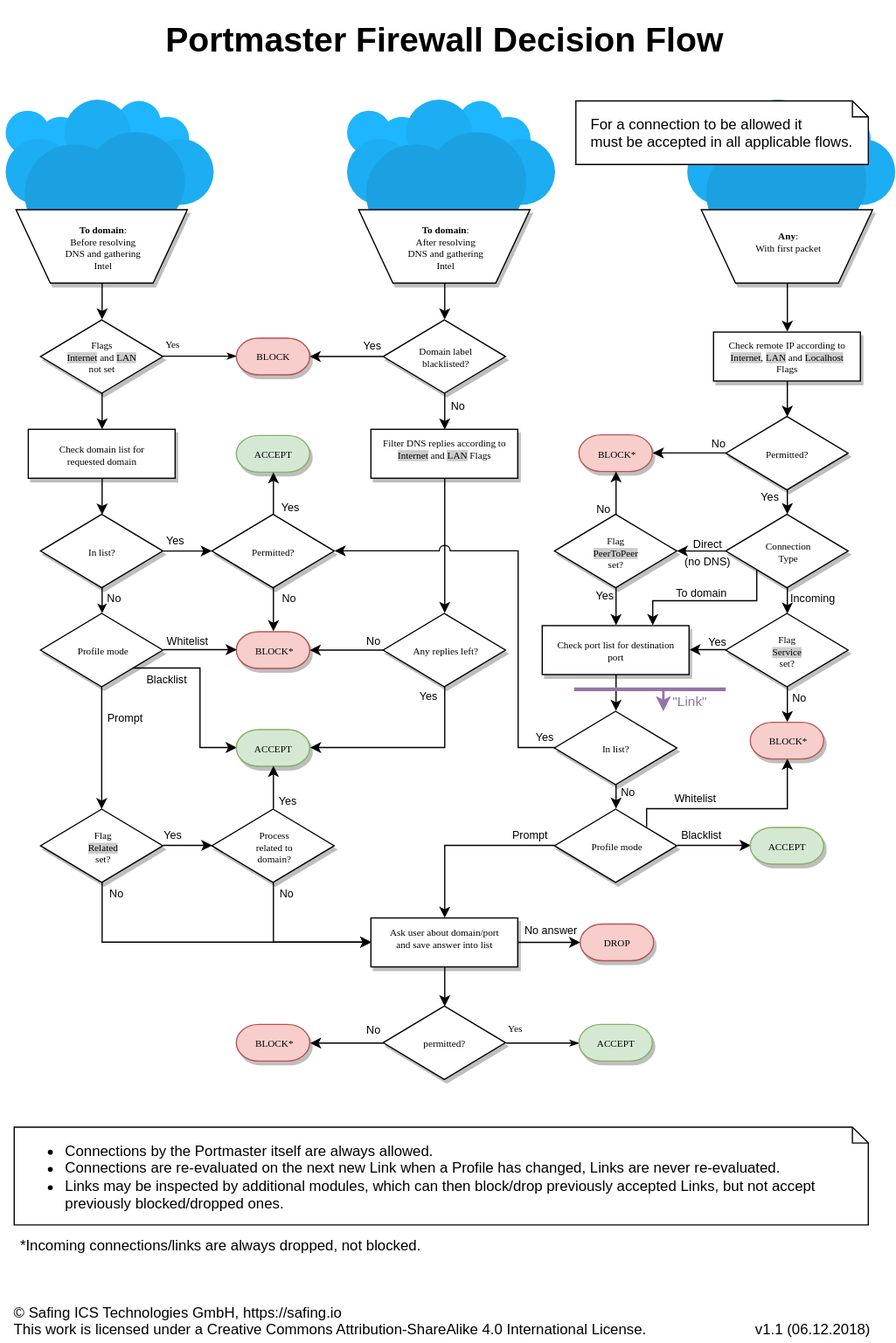
The draw.io diagram assets/diagrams/portmaster_firewall_decision_flow.svg in safing/docs, before a commit. Source tidied: cells renumbered, new cells last; positions are measured from the earlier drawing's top-left corner, leaving out a move shared by most shapes.
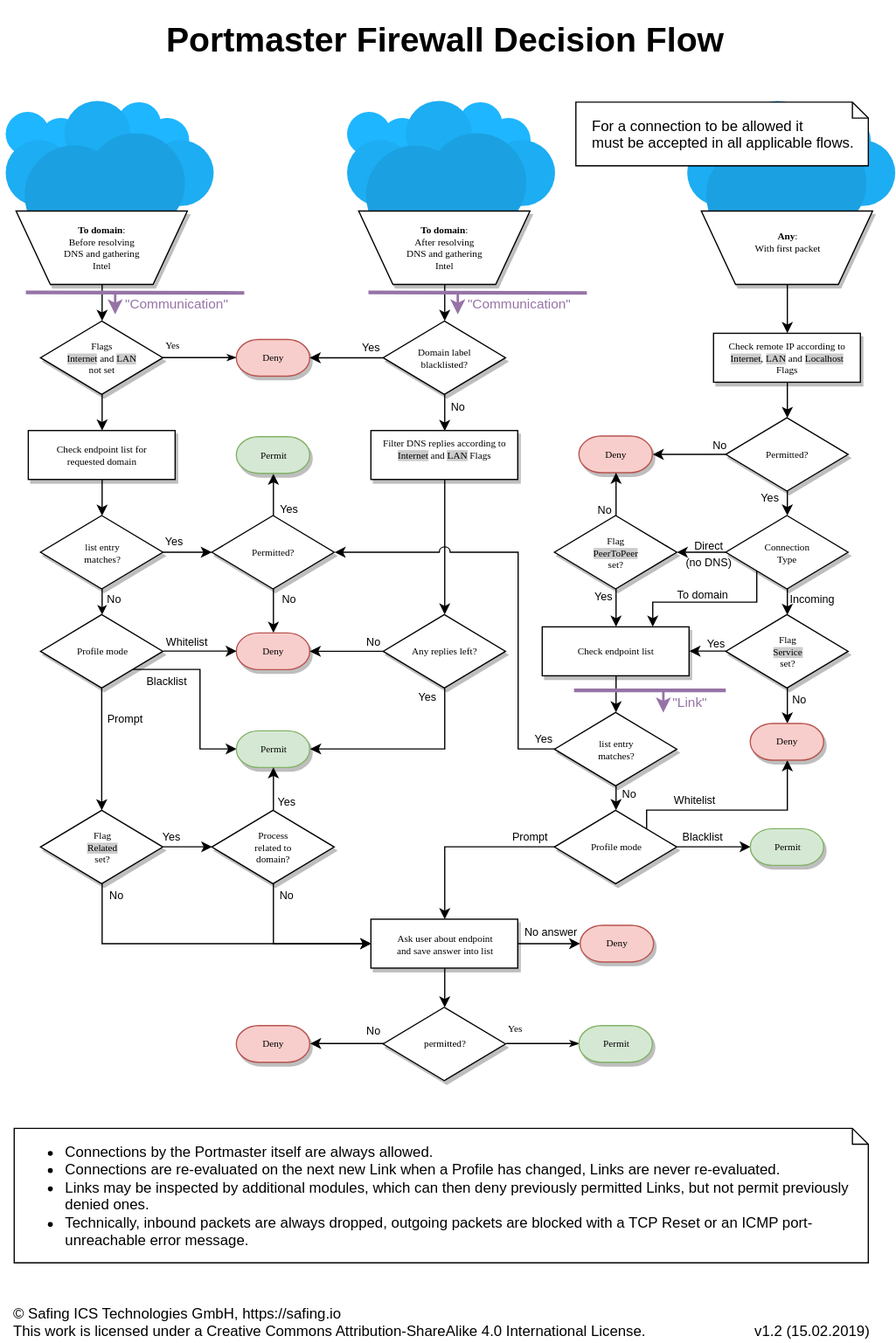
After the commit.

Commit message:
Update PM decission Flowchart (new Wording!)

What changed in the source:
```diff
@@ -97,3 +97,3 @@
     </mxCell>
-    <mxCell id="33" value="BLOCK&lt;br&gt;" style="strokeWidth=1;html=1;shape=mxgraph.flowchart.terminator;whiteSpace=wrap;rounded=0;shadow=1;labelBackgroundColor=none;fillColor=#f8cecc;fontFamily=Verdana;fontSize=8;align=center;strokeColor=#b85450;" parent="1" vertex="1">
+    <mxCell id="33" value="Deny" style="strokeWidth=1;html=1;shape=mxgraph.flowchart.terminator;whiteSpace=wrap;rounded=0;shadow=1;labelBackgroundColor=none;fillColor=#f8cecc;fontFamily=Verdana;fontSize=8;align=center;strokeColor=#b85450;" parent="1" vertex="1">
       <mxGeometry x="192.5" y="265" width="60" height="30" as="geometry" />
@@ -103,3 +103,3 @@
     </mxCell>
-    <mxCell id="35" value="Check domain list for requested&amp;nbsp;domain" style="whiteSpace=wrap;html=1;rounded=0;shadow=1;labelBackgroundColor=none;strokeColor=#000000;strokeWidth=1;fillColor=#ffffff;fontFamily=Verdana;fontSize=8;fontColor=#000000;align=center;spacing=6;" parent="1" vertex="1">
+    <mxCell id="35" value="Check endpoint list for requested&amp;nbsp;domain" style="whiteSpace=wrap;html=1;rounded=0;shadow=1;labelBackgroundColor=none;strokeColor=#000000;strokeWidth=1;fillColor=#ffffff;fontFamily=Verdana;fontSize=8;fontColor=#000000;align=center;spacing=6;" parent="1" vertex="1">
       <mxGeometry x="22.5" y="339.5" width="120" height="40" as="geometry" />
@@ -112,3 +112,3 @@
     </mxCell>
-    <mxCell id="38" value="In list?" style="rhombus;whiteSpace=wrap;html=1;rounded=0;shadow=1;labelBackgroundColor=none;strokeColor=#000000;strokeWidth=1;fillColor=#ffffff;fontFamily=Verdana;fontSize=8;fontColor=#000000;align=center;" parent="1" vertex="1">
+    <mxCell id="38" value="list entry &lt;br&gt;matches?" style="rhombus;whiteSpace=wrap;html=1;rounded=0;shadow=1;labelBackgroundColor=none;strokeColor=#000000;strokeWidth=1;fillColor=#ffffff;fontFamily=Verdana;fontSize=8;fontColor=#000000;align=center;" parent="1" vertex="1">
       <mxGeometry x="32.5" y="409" width="100" height="60" as="geometry" />
@@ -124,3 +124,3 @@
     </mxCell>
-    <mxCell id="42" value="BLOCK*&lt;br&gt;" style="strokeWidth=1;html=1;shape=mxgraph.flowchart.terminator;whiteSpace=wrap;rounded=0;shadow=1;labelBackgroundColor=none;fillColor=#f8cecc;fontFamily=Verdana;fontSize=8;align=center;strokeColor=#b85450;" parent="1" vertex="1">
+    <mxCell id="42" value="Deny" style="strokeWidth=1;html=1;shape=mxgraph.flowchart.terminator;whiteSpace=wrap;rounded=0;shadow=1;labelBackgroundColor=none;fillColor=#f8cecc;fontFamily=Verdana;fontSize=8;align=center;strokeColor=#b85450;" parent="1" vertex="1">
       <mxGeometry x="192.5" y="505" width="60" height="30" as="geometry" />
@@ -163,3 +163,3 @@
     </mxCell>
-    <mxCell id="55" value="ACCEPT" style="strokeWidth=1;html=1;shape=mxgraph.flowchart.terminator;whiteSpace=wrap;rounded=0;shadow=1;labelBackgroundColor=none;fillColor=#d5e8d4;fontFamily=Verdana;fontSize=8;align=center;strokeColor=#82b366;" parent="1" vertex="1">
+    <mxCell id="55" value="Permit" style="strokeWidth=1;html=1;shape=mxgraph.flowchart.terminator;whiteSpace=wrap;rounded=0;shadow=1;labelBackgroundColor=none;fillColor=#d5e8d4;fontFamily=Verdana;fontSize=8;align=center;strokeColor=#82b366;" parent="1" vertex="1">
       <mxGeometry x="192.5" y="344.5" width="60" height="30" as="geometry" />
@@ -169,3 +169,3 @@
     </mxCell>
-    <mxCell id="57" value="ACCEPT&lt;br&gt;" style="strokeWidth=1;html=1;shape=mxgraph.flowchart.terminator;whiteSpace=wrap;rounded=0;shadow=1;labelBackgroundColor=none;fillColor=#d5e8d4;fontFamily=Verdana;fontSize=8;align=center;strokeColor=#82b366;" parent="1" vertex="1">
+    <mxCell id="57" value="Permit" style="strokeWidth=1;html=1;shape=mxgraph.flowchart.terminator;whiteSpace=wrap;rounded=0;shadow=1;labelBackgroundColor=none;fillColor=#d5e8d4;fontFamily=Verdana;fontSize=8;align=center;strokeColor=#82b366;" parent="1" vertex="1">
       <mxGeometry x="192.5" y="585" width="60" height="30" as="geometry" />
@@ -193,3 +193,3 @@
     </mxCell>
-    <mxCell id="65" value="Ask user about domain/port&lt;br&gt;and save answer into list&lt;br&gt;" style="whiteSpace=wrap;html=1;rounded=0;shadow=1;labelBackgroundColor=none;strokeColor=#000000;strokeWidth=1;fillColor=#ffffff;fontFamily=Verdana;fontSize=8;fontColor=#000000;align=center;spacing=6;" parent="1" vertex="1">
+    <mxCell id="65" value="Ask user about endpoint&lt;br&gt;and save answer into list" style="whiteSpace=wrap;html=1;rounded=0;shadow=1;labelBackgroundColor=none;strokeColor=#000000;strokeWidth=1;fillColor=#ffffff;fontFamily=Verdana;fontSize=8;fontColor=#000000;align=center;spacing=6;" parent="1" vertex="1">
       <mxGeometry x="302.5" y="739" width="120" height="40" as="geometry" />
@@ -199,6 +199,6 @@
     </mxCell>
-    <mxCell id="67" value="ACCEPT&lt;br&gt;" style="strokeWidth=1;html=1;shape=mxgraph.flowchart.terminator;whiteSpace=wrap;rounded=0;shadow=1;labelBackgroundColor=none;fillColor=#d5e8d4;fontFamily=Verdana;fontSize=8;align=center;strokeColor=#82b366;" parent="1" vertex="1">
+    <mxCell id="67" value="Permit" style="strokeWidth=1;html=1;shape=mxgraph.flowchart.terminator;whiteSpace=wrap;rounded=0;shadow=1;labelBackgroundColor=none;fillColor=#d5e8d4;fontFamily=Verdana;fontSize=8;align=center;strokeColor=#82b366;" parent="1" vertex="1">
       <mxGeometry x="472.5" y="826" width="60" height="30" as="geometry" />
     </mxCell>
-    <mxCell id="68" value="BLOCK*&lt;br&gt;" style="strokeWidth=1;html=1;shape=mxgraph.flowchart.terminator;whiteSpace=wrap;rounded=0;shadow=1;labelBackgroundColor=none;fillColor=#f8cecc;fontFamily=Verdana;fontSize=8;align=center;strokeColor=#b85450;" parent="1" vertex="1">
+    <mxCell id="68" value="Deny" style="strokeWidth=1;html=1;shape=mxgraph.flowchart.terminator;whiteSpace=wrap;rounded=0;shadow=1;labelBackgroundColor=none;fillColor=#f8cecc;fontFamily=Verdana;fontSize=8;align=center;strokeColor=#b85450;" parent="1" vertex="1">
       <mxGeometry x="192.5" y="826" width="60" height="30" as="geometry" />
@@ -208,3 +208,3 @@
     </mxCell>
-    <mxCell id="70" value="DROP&lt;br&gt;" style="strokeWidth=1;html=1;shape=mxgraph.flowchart.terminator;whiteSpace=wrap;rounded=0;shadow=1;labelBackgroundColor=none;fillColor=#f8cecc;fontFamily=Verdana;fontSize=8;align=center;strokeColor=#b85450;" parent="1" vertex="1">
+    <mxCell id="70" value="Deny" style="strokeWidth=1;html=1;shape=mxgraph.flowchart.terminator;whiteSpace=wrap;rounded=0;shadow=1;labelBackgroundColor=none;fillColor=#f8cecc;fontFamily=Verdana;fontSize=8;align=center;strokeColor=#b85450;" parent="1" vertex="1">
       <mxGeometry x="473.5" y="744" width="60" height="30" as="geometry" />
@@ -235,3 +235,3 @@
     </mxCell>
-    <mxCell id="79" value="BLOCK*&lt;br&gt;" style="strokeWidth=1;html=1;shape=mxgraph.flowchart.terminator;whiteSpace=wrap;rounded=0;shadow=1;labelBackgroundColor=none;fillColor=#f8cecc;fontFamily=Verdana;fontSize=8;align=center;strokeColor=#b85450;" parent="1" vertex="1">
+    <mxCell id="79" value="Deny" style="strokeWidth=1;html=1;shape=mxgraph.flowchart.terminator;whiteSpace=wrap;rounded=0;shadow=1;labelBackgroundColor=none;fillColor=#f8cecc;fontFamily=Verdana;fontSize=8;align=center;strokeColor=#b85450;" parent="1" vertex="1">
       <mxGeometry x="472.5" y="344" width="60" height="30" as="geometry" />
@@ -241,3 +241,3 @@
     </mxCell>
-    <mxCell id="81" value="Check port list for destination port&lt;br&gt;" style="whiteSpace=wrap;html=1;rounded=0;shadow=1;labelBackgroundColor=none;strokeColor=#000000;strokeWidth=1;fillColor=#ffffff;fontFamily=Verdana;fontSize=8;fontColor=#000000;align=center;spacing=6;" parent="1" vertex="1">
+    <mxCell id="81" value="Check endpoint list" style="whiteSpace=wrap;html=1;rounded=0;shadow=1;labelBackgroundColor=none;strokeColor=#000000;strokeWidth=1;fillColor=#ffffff;fontFamily=Verdana;fontSize=8;fontColor=#000000;align=center;spacing=6;" parent="1" vertex="1">
       <mxGeometry x="442.5" y="500" width="120" height="40" as="geometry" />
@@ -303,4 +303,4 @@
     </mxCell>
-    <mxCell id="100" value="&lt;div style=&quot;text-align: left&quot;&gt;&lt;ul&gt;&lt;li&gt;&lt;div&gt;Connections by the&amp;nbsp;Portmaster&amp;nbsp;&lt;span&gt;itself are always allowed&lt;/span&gt;&lt;span&gt;.&lt;/span&gt;&lt;/div&gt;&lt;/li&gt;&lt;li&gt;&lt;div&gt;Connections are re-evaluated on the next new Link&amp;nbsp;when&amp;nbsp;a Profile has changed, Links are never re-evaluated.&lt;br&gt;&lt;/div&gt;&lt;/li&gt;&lt;li&gt;&lt;div&gt;Links may be inspected by additional modules, which can then block/drop previously accepted Links, but not accept previously blocked/dropped ones.&lt;/div&gt;&lt;/li&gt;&lt;/ul&gt;&lt;/div&gt;" style="shape=note;whiteSpace=wrap;html=1;backgroundOutline=1;size=13;" parent="1" vertex="1">
-      <mxGeometry x="11" y="910" width="698" height="80" as="geometry" />
+    <mxCell id="100" value="&lt;div style=&quot;text-align: left&quot;&gt;&lt;ul&gt;&lt;li&gt;&lt;div&gt;Connections by the&amp;nbsp;Portmaster&amp;nbsp;&lt;span&gt;itself are always allowed&lt;/span&gt;&lt;span&gt;.&lt;/span&gt;&lt;/div&gt;&lt;/li&gt;&lt;li&gt;&lt;div&gt;Connections are re-evaluated on the next new Link&amp;nbsp;when&amp;nbsp;a Profile has changed, Links are never re-evaluated.&lt;br&gt;&lt;/div&gt;&lt;/li&gt;&lt;li&gt;&lt;div&gt;Links may be inspected by additional modules, which can then deny previously permitted Links, but not permit previously denied ones.&lt;/div&gt;&lt;/li&gt;&lt;li&gt;Technically, inbound packets are always dropped, outgoing packets are blocked with a TCP Reset or an ICMP port-unreachable error message.&lt;br&gt;&lt;/li&gt;&lt;/ul&gt;&lt;/div&gt;" style="shape=note;whiteSpace=wrap;html=1;backgroundOutline=1;size=13;" parent="1" vertex="1">
+      <mxGeometry x="11" y="910" width="698" height="110" as="geometry" />
     </mxCell>
@@ -344,3 +344,3 @@
     </mxCell>
-    <mxCell id="112" value="BLOCK*&lt;br&gt;" style="strokeWidth=1;html=1;shape=mxgraph.flowchart.terminator;whiteSpace=wrap;rounded=0;shadow=1;labelBackgroundColor=none;fillColor=#f8cecc;fontFamily=Verdana;fontSize=8;align=center;strokeColor=#b85450;" parent="1" vertex="1">
+    <mxCell id="112" value="Deny" style="strokeWidth=1;html=1;shape=mxgraph.flowchart.terminator;whiteSpace=wrap;rounded=0;shadow=1;labelBackgroundColor=none;fillColor=#f8cecc;fontFamily=Verdana;fontSize=8;align=center;strokeColor=#b85450;" parent="1" vertex="1">
       <mxGeometry x="612.5" y="579" width="60" height="30" as="geometry" />
@@ -358,3 +358,3 @@
     </mxCell>
-    <mxCell id="115" value="In list?" style="rhombus;whiteSpace=wrap;html=1;rounded=0;shadow=1;labelBackgroundColor=none;strokeColor=#000000;strokeWidth=1;fillColor=#ffffff;fontFamily=Verdana;fontSize=8;fontColor=#000000;align=center;" parent="1" vertex="1">
+    <mxCell id="115" value="list entry &lt;br&gt;matches?" style="rhombus;whiteSpace=wrap;html=1;rounded=0;shadow=1;labelBackgroundColor=none;strokeColor=#000000;strokeWidth=1;fillColor=#ffffff;fontFamily=Verdana;fontSize=8;fontColor=#000000;align=center;" parent="1" vertex="1">
       <mxGeometry x="452.5" y="570" width="100" height="60" as="geometry" />
@@ -382,5 +382,2 @@
     </mxCell>
-    <mxCell id="123" value="*Incoming connections/links are always dropped, not blocked." style="text;html=1;strokeColor=none;fillColor=none;align=center;verticalAlign=middle;whiteSpace=wrap;rounded=0;" parent="1" vertex="1">
-      <mxGeometry x="11" y="1000" width="338" height="12" as="geometry" />
-    </mxCell>
     <mxCell id="124" value="&lt;font style=&quot;font-size: 9px&quot;&gt;Yes&lt;/font&gt;" style="text;html=1;strokeColor=none;fillColor=none;align=center;verticalAlign=middle;whiteSpace=wrap;rounded=0;" parent="1" vertex="1">
@@ -403,3 +400,3 @@
     </mxCell>
-    <mxCell id="130" value="ACCEPT&lt;br&gt;" style="strokeWidth=1;html=1;shape=mxgraph.flowchart.terminator;whiteSpace=wrap;rounded=0;shadow=1;labelBackgroundColor=none;fillColor=#d5e8d4;fontFamily=Verdana;fontSize=8;align=center;strokeColor=#82b366;" parent="1" vertex="1">
+    <mxCell id="130" value="Permit" style="strokeWidth=1;html=1;shape=mxgraph.flowchart.terminator;whiteSpace=wrap;rounded=0;shadow=1;labelBackgroundColor=none;fillColor=#d5e8d4;fontFamily=Verdana;fontSize=8;align=center;strokeColor=#82b366;" parent="1" vertex="1">
       <mxGeometry x="612.5" y="665" width="60" height="30" as="geometry" />
@@ -445,3 +442,3 @@
     </mxCell>
-    <mxCell id="142" value="&lt;div style=&quot;text-align: right&quot;&gt;&lt;span&gt;v1.1 (06.12.2018)&lt;/span&gt;&lt;/div&gt;" style="text;html=1;strokeColor=none;fillColor=none;align=center;verticalAlign=middle;whiteSpace=wrap;rounded=0;" parent="1" vertex="1">
+    <mxCell id="142" value="&lt;div style=&quot;text-align: right&quot;&gt;&lt;span&gt;v1.2 (15.02.2019)&lt;/span&gt;&lt;/div&gt;" style="text;html=1;strokeColor=none;fillColor=none;align=center;verticalAlign=middle;whiteSpace=wrap;rounded=0;" parent="1" vertex="1">
       <mxGeometry x="611.5" y="1069" width="102" height="12" as="geometry" />
@@ -451,2 +448,32 @@
     </mxCell>
+    <mxCell id="144" style="endArrow=classic;html=1;fillColor=#e1d5e7;strokeColor=#9673a6;strokeWidth=2;" parent="1" edge="1">
+      <mxGeometry relative="1" as="geometry">
+        <mxPoint x="373.5" y="226.5" as="sourcePoint" />
+        <mxPoint x="373.5" y="244.5" as="targetPoint" />
+      </mxGeometry>
+    </mxCell>
+    <mxCell id="145" value="&lt;font style=&quot;font-size: 11px&quot; color=&quot;#9673a6&quot;&gt;&quot;Communication&quot;&lt;/font&gt;" style="text;html=1;strokeColor=none;fillColor=none;align=left;verticalAlign=middle;whiteSpace=wrap;rounded=0;" parent="1" vertex="1">
+      <mxGeometry x="379.5" y="225" width="40" height="20" as="geometry" />
+    </mxCell>
+    <mxCell id="146" style="endArrow=none;html=1;fillColor=#e1d5e7;strokeColor=#9673A6;strokeWidth=3;" parent="1" edge="1">
+      <mxGeometry relative="1" as="geometry">
+        <mxPoint x="300.5" y="226.5" as="sourcePoint" />
+        <mxPoint x="479" y="227" as="targetPoint" />
+      </mxGeometry>
+    </mxCell>
+    <mxCell id="147" style="endArrow=classic;html=1;fillColor=#e1d5e7;strokeColor=#9673a6;strokeWidth=2;" parent="1" edge="1">
+      <mxGeometry relative="1" as="geometry">
+        <mxPoint x="93.5" y="226.5" as="sourcePoint" />
+        <mxPoint x="93.5" y="244.5" as="targetPoint" />
+      </mxGeometry>
+    </mxCell>
+    <mxCell id="148" value="&lt;div&gt;&lt;font style=&quot;font-size: 11px&quot; color=&quot;#9673a6&quot;&gt;&quot;Communication&quot;&lt;/font&gt;&lt;/div&gt;" style="text;html=1;strokeColor=none;fillColor=none;align=left;verticalAlign=middle;whiteSpace=wrap;rounded=0;" parent="1" vertex="1">
+      <mxGeometry x="99.5" y="225" width="40" height="20" as="geometry" />
+    </mxCell>
+    <mxCell id="149" style="endArrow=none;html=1;fillColor=#e1d5e7;strokeColor=#9673A6;strokeWidth=3;" parent="1" edge="1">
+      <mxGeometry relative="1" as="geometry">
+        <mxPoint x="20.5" y="226.5" as="sourcePoint" />
+        <mxPoint x="199" y="227" as="targetPoint" />
+      </mxGeometry>
+    </mxCell>
   </root>
```
